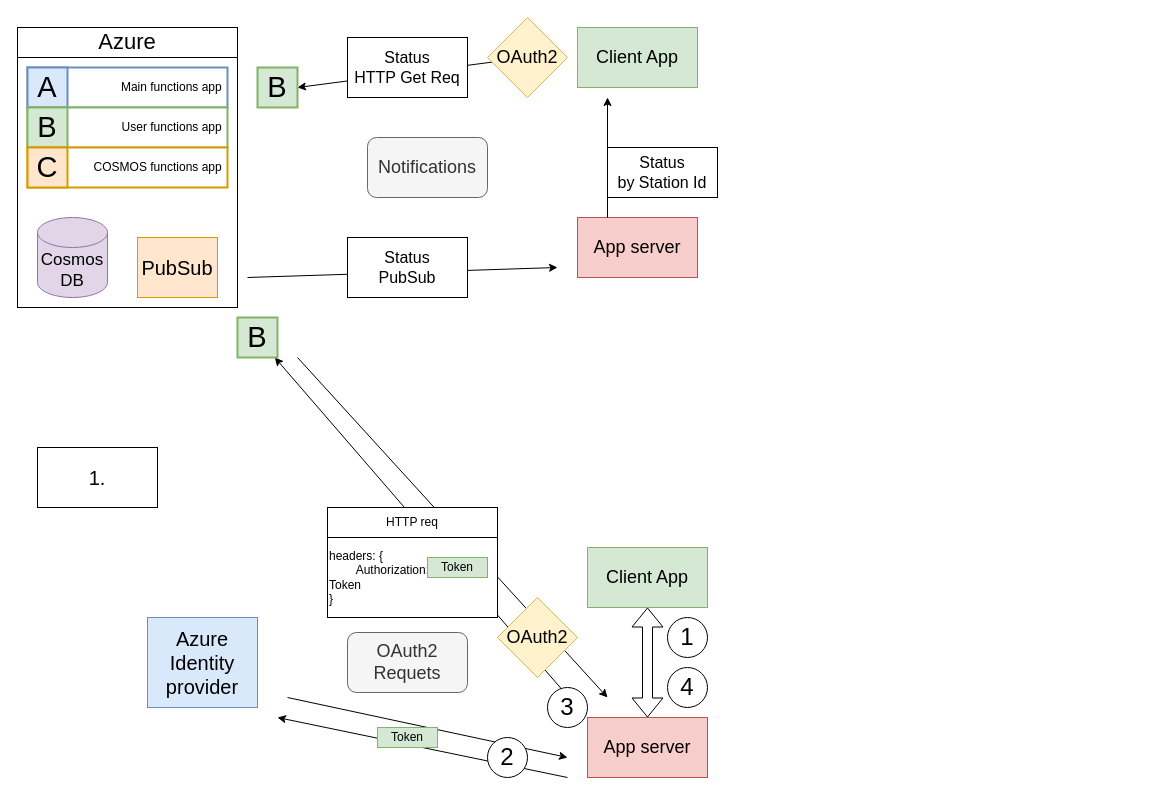
Above: emobility-client-connection.drawio in stefanszeke/diargrams_io (draw.io), before the change. Source tidied: cells renumbered, new cells numbered last; positions are measured from the earlier drawing's top-left corner, leaving out a move shared by most shapes. Both pictures are drawn from the tidied source at 100%, with x=0, y=0 at pixel (17, 17).
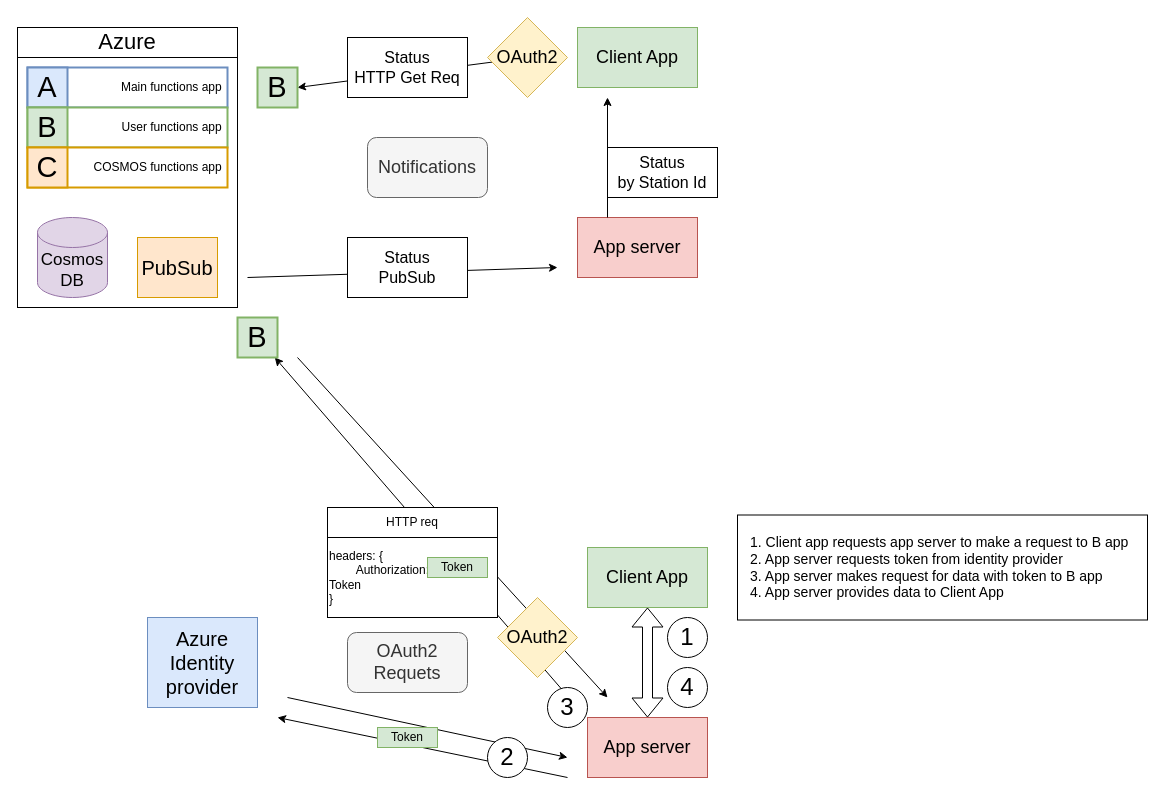
After the change.

Change to the diagram source:
```diff
@@
-    <mxCell id="44" value="&lt;font style=&quot;font-size: 20px;&quot;&gt;1.&lt;/font&gt;" style="rounded=0;whiteSpace=wrap;html=1;" parent="1" vertex="1">
-      <mxGeometry x="20" y="430" width="120" height="60" as="geometry" />
+    <mxCell id="44" value="&lt;div align=&quot;left&quot; style=&quot;font-size: 14px;&quot;&gt;&lt;font style=&quot;font-size: 14px;&quot;&gt;1. &lt;/font&gt;Client app&lt;font style=&quot;font-size: 14px;&quot;&gt; requests app server to make a request to B app&lt;/font&gt;&lt;/div&gt;&lt;div align=&quot;left&quot; style=&quot;font-size: 14px;&quot;&gt;2. App server requests token from identity provider&lt;/div&gt;&lt;div align=&quot;left&quot; style=&quot;font-size: 14px;&quot;&gt;3. App server makes request for data with token to B app&lt;br&gt;&lt;/div&gt;&lt;div align=&quot;left&quot; style=&quot;font-size: 14px;&quot;&gt;4. App server provides data to Client App&lt;br&gt;&lt;/div&gt;" style="rounded=0;whiteSpace=wrap;html=1;align=left;spacing=13;" parent="1" vertex="1">
+      <mxGeometry x="720" y="497.5" width="410" height="105" as="geometry" />
     </mxCell>
```
